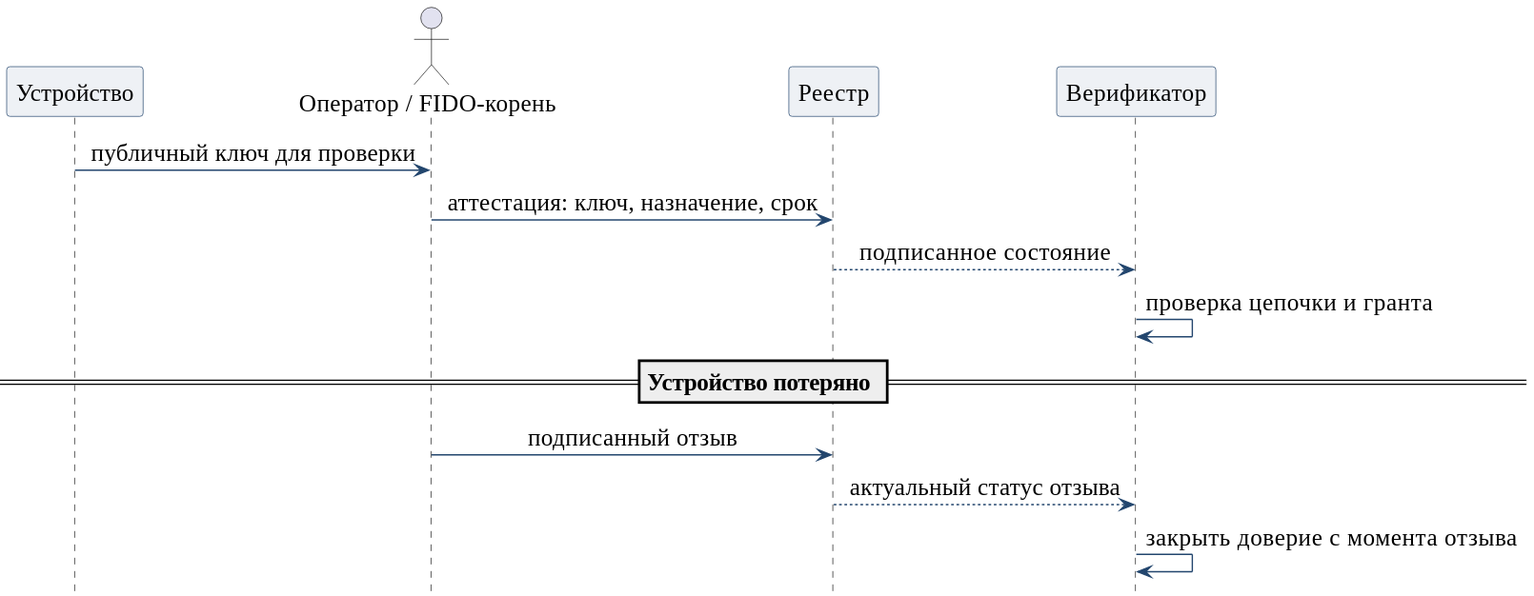
The PlantUML diagram editorial/notes/signing-auth/diagrams/device-lifecycle.svg in relux-works/swarma-docs, before a commit. Its source is kept beside it as editorial/notes/signing-auth/src/device-lifecycle.puml. The source it was exported from:
```plantuml
@startuml
skinparam defaultFontName PT Sans
skinparam defaultFontSize 18
skinparam sequenceMessageAlign center
skinparam shadowing false
skinparam ParticipantBackgroundColor #eef1f5
skinparam ParticipantBorderColor #23466e
skinparam ArrowColor #23466e
hide footbox
participant "Устройство" as device
actor "Оператор / FIDO-корень" as root
participant Реестр as registry
participant Верификатор as verifier
device -> root : публичный ключ для проверки
root -> registry : аттестация: ключ, назначение, срок
registry --> verifier : подписанное состояние
verifier -> verifier : проверка цепочки и гранта
== Устройство потеряно ==
root -> registry : подписанный отзыв
registry --> verifier : актуальный статус отзыва
verifier -> verifier : закрыть доверие с момента отзыва
@enduml
```
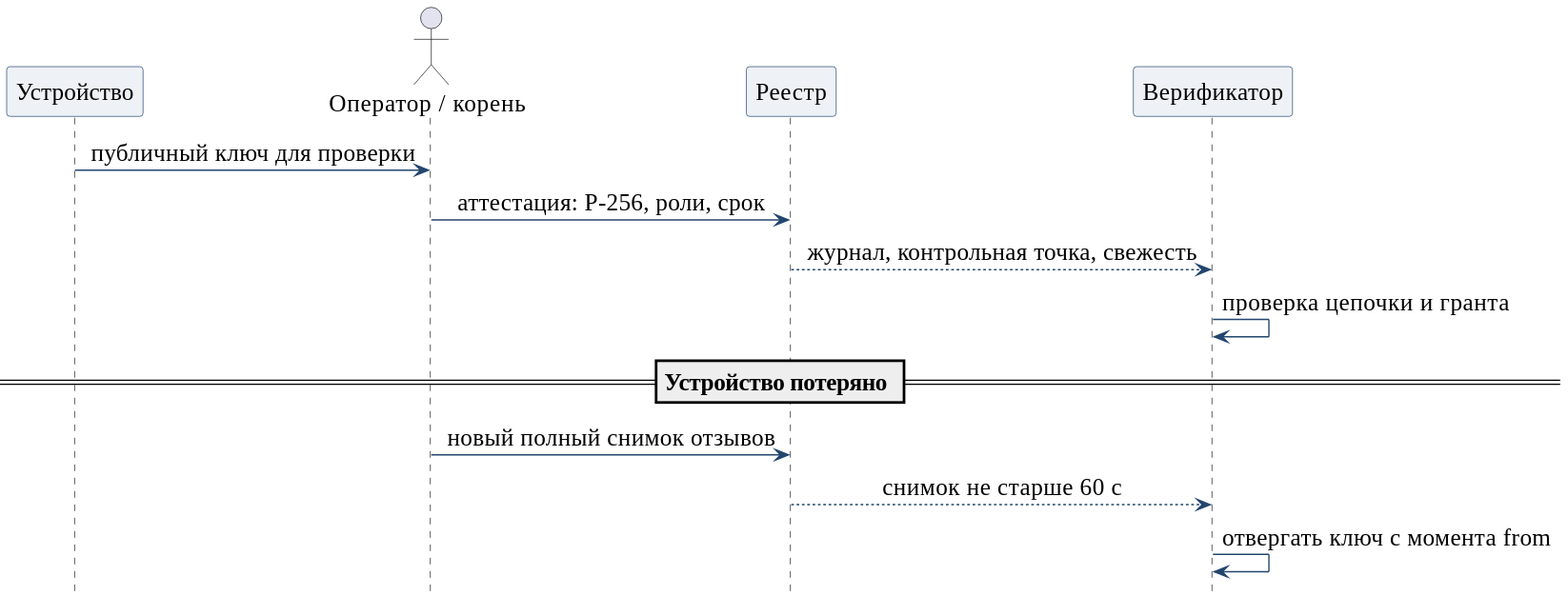
After the change.

Change to the diagram source:
```diff
@@ -8,15 +8,15 @@
 skinparam ArrowColor #23466e
 hide footbox
 participant "Устройство" as device
-actor "Оператор / FIDO-корень" as root
+actor "Оператор / корень" as root
 participant Реестр as registry
 participant Верификатор as verifier
 device -> root : публичный ключ для проверки
-root -> registry : аттестация: ключ, назначение, срок
-registry --> verifier : подписанное состояние
+root -> registry : аттестация: P-256, роли, срок
+registry --> verifier : журнал, контрольная точка, свежесть
 verifier -> verifier : проверка цепочки и гранта
 == Устройство потеряно ==
-root -> registry : подписанный отзыв
-registry --> verifier : актуальный статус отзыва
-verifier -> verifier : закрыть доверие с момента отзыва
+root -> registry : новый полный снимок отзывов
+registry --> verifier : снимок не старше 60 с
+verifier -> verifier : отвергать ключ с момента from
 @enduml
```
